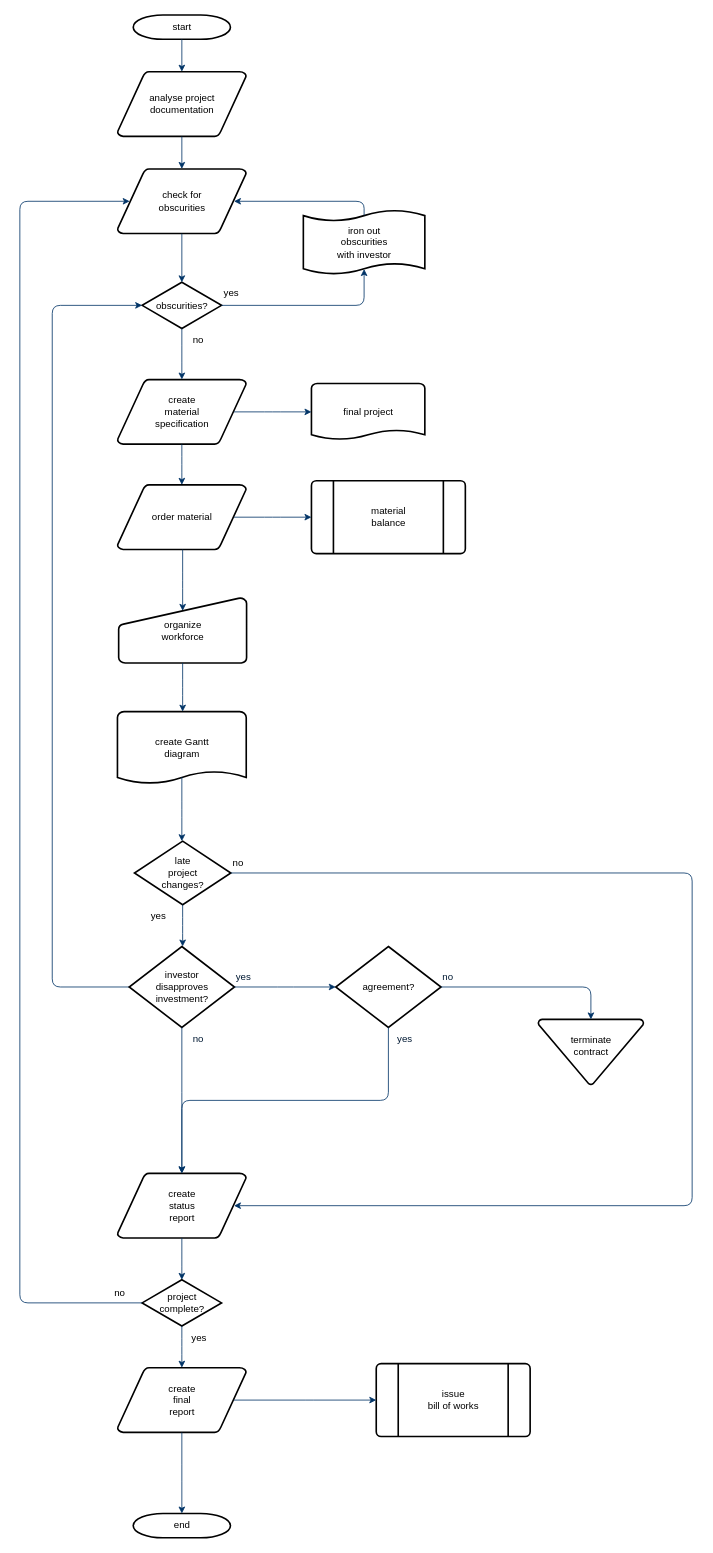
Earlier version of the draw.io diagram demo/手术病理标本流程.drawio (weihuohuayi/draw.io). Source tidied: cells renumbered, new cells numbered last; positions are measured from the earlier drawing's top-left corner, leaving out a move shared by most shapes. Both pictures are drawn from the tidied source at 81%, with x=0, y=0 at pixel (19, 15).
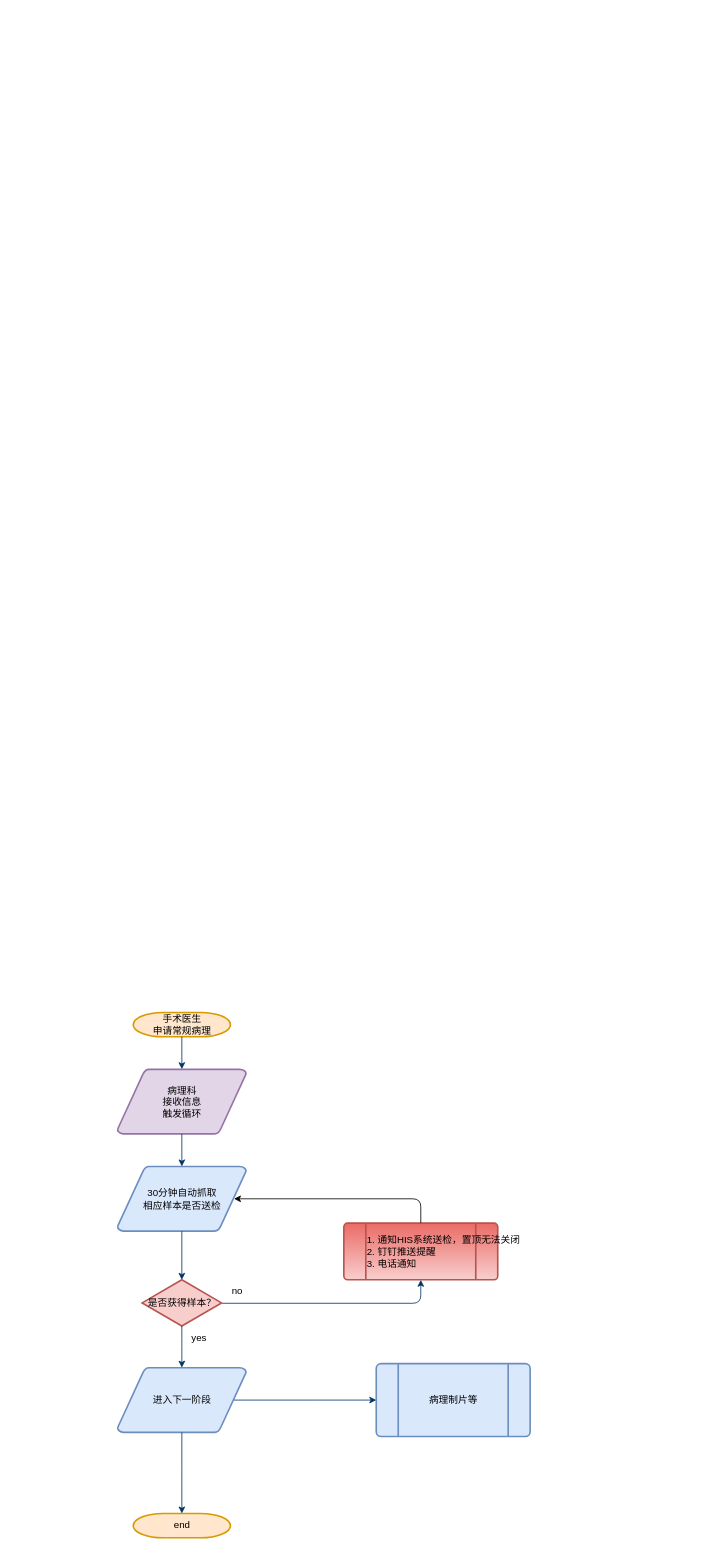
The same diagram, later.

Commit message:
Update 手术病理标本流程.drawio

Change to the diagram source:
```diff
@@
-    <mxCell id="2" value="start" style="shape=mxgraph.flowchart.terminator;strokeWidth=2;gradientColor=none;gradientDirection=north;fontStyle=0;html=1;" parent="1" vertex="1">
-      <mxGeometry x="140" width="120" height="30" as="geometry" />
+    <mxCell id="2" value="手术医生&lt;br&gt;申请常规病理" style="shape=mxgraph.flowchart.terminator;strokeWidth=2;gradientDirection=north;fontStyle=0;html=1;fillColor=#ffe6cc;strokeColor=#d79b00;" parent="1" vertex="1">
+      <mxGeometry x="140" y="1231.5" width="120" height="30" as="geometry" />
     </mxCell>
-    <mxCell id="3" value="analyse project&#10; documentation" style="shape=mxgraph.flowchart.data;strokeWidth=2;gradientColor=none;gradientDirection=north;fontStyle=0;html=1;" parent="1" vertex="1">
-      <mxGeometry x="120.5" y="70" width="159" height="80" as="geometry" />
+    <mxCell id="3" value="病理科&lt;br&gt;接收信息&lt;br&gt;触发循环" style="shape=mxgraph.flowchart.data;strokeWidth=2;gradientDirection=north;fontStyle=0;html=1;fillColor=#e1d5e7;strokeColor=#9673a6;" parent="1" vertex="1">
+      <mxGeometry x="120.5" y="1301.5" width="159" height="80" as="geometry" />
     </mxCell>
-    <mxCell id="4" value="create&#10;material&#10;specification" style="shape=mxgraph.flowchart.data;strokeWidth=2;gradientColor=none;gradientDirection=north;fontStyle=0;html=1;" parent="1" vertex="1">
-      <mxGeometry x="120.5" y="450" width="159" height="80" as="geometry" />
-    </mxCell>
-    <mxCell id="5" value="check for&#10;obscurities" style="shape=mxgraph.flowchart.data;strokeWidth=2;gradientColor=none;gradientDirection=north;fontStyle=0;html=1;" parent="1" vertex="1">
-      <mxGeometry x="120.5" y="190" width="159" height="80" as="geometry" />
+    <mxCell id="5" value="30分钟自动抓取&lt;br&gt;相应样本是否送检" style="shape=mxgraph.flowchart.data;strokeWidth=2;gradientDirection=north;fontStyle=0;html=1;fillColor=#dae8fc;strokeColor=#6c8ebf;" parent="1" vertex="1">
+      <mxGeometry x="120.5" y="1421.5" width="159" height="80" as="geometry" />
     </mxCell>
-    <mxCell id="6" value="obscurities?" style="shape=mxgraph.flowchart.decision;strokeWidth=2;gradientColor=none;gradientDirection=north;fontStyle=0;html=1;" parent="1" vertex="1">
-      <mxGeometry x="151" y="330" width="98" height="57" as="geometry" />
-    </mxCell>
@@
-    <mxCell id="9" style="entryX=0.5;entryY=0;entryPerimeter=0;fontStyle=1;strokeColor=#003366;strokeWidth=1;html=1;" parent="1" edge="1" source="5" target="6">
-      <mxGeometry relative="1" as="geometry" />
+    <mxCell id="9" style="entryX=0.5;entryY=0;entryPerimeter=0;fontStyle=1;strokeColor=#003366;strokeWidth=1;html=1;" parent="1" edge="1" source="5">
+      <mxGeometry relative="1" as="geometry">
+        <mxPoint x="200" y="1561.5" as="targetPoint" />
+      </mxGeometry>
     </mxCell>
-    <mxCell id="10" style="edgeStyle=elbowEdgeStyle;elbow=horizontal;entryX=0.5;entryY=0.91;entryPerimeter=0;exitX=1;exitY=0.5;exitPerimeter=0;fontStyle=1;strokeColor=#003366;strokeWidth=1;html=1;" parent="1" edge="1" source="6" target="51">
-      <mxGeometry x="381" y="28.5" as="geometry">
-        <Array as="points">
-          <mxPoint x="425" y="340" />
-        </Array>
-      </mxGeometry>
-    </mxCell>
-    <mxCell id="11" value="yes" style="text;fontStyle=0;html=1;strokeColor=none;gradientColor=none;fillColor=none;strokeWidth=2;" parent="1" vertex="1">
-      <mxGeometry x="250" y="330" width="40" height="26" as="geometry" />
-    </mxCell>
-    <mxCell id="12" style="edgeStyle=elbowEdgeStyle;elbow=horizontal;fontColor=#001933;fontStyle=1;strokeColor=#003366;strokeWidth=1;html=1;" parent="1" edge="1" source="6" target="4">
-      <mxGeometry as="geometry" />
-    </mxCell>
-    <mxCell id="13" value="order material" style="shape=mxgraph.flowchart.data;strokeWidth=2;gradientColor=none;gradientDirection=north;fontStyle=0;html=1;" parent="1" vertex="1">
-      <mxGeometry x="120.5" y="580" width="159" height="80" as="geometry" />
-    </mxCell>
-    <mxCell id="14" value="no" style="text;fontStyle=0;html=1;strokeColor=none;gradientColor=none;fillColor=none;strokeWidth=2;align=center;" parent="1" vertex="1">
-      <mxGeometry x="200" y="387" width="40" height="26" as="geometry" />
-    </mxCell>
-    <mxCell id="15" value="final project" style="shape=mxgraph.flowchart.document;strokeWidth=2;gradientColor=none;gradientDirection=north;fontStyle=0;html=1;" parent="1" vertex="1">
-      <mxGeometry x="360" y="455" width="140" height="70" as="geometry" />
-    </mxCell>
-    <mxCell id="16" style="edgeStyle=elbowEdgeStyle;elbow=horizontal;exitX=0.905;exitY=0.5;exitPerimeter=0;fontStyle=1;strokeColor=#003366;strokeWidth=1;html=1;" parent="1" edge="1" source="4" target="15">
-      <mxGeometry as="geometry" />
-    </mxCell>
-    <mxCell id="17" style="edgeStyle=elbowEdgeStyle;elbow=horizontal;fontStyle=1;strokeColor=#003366;strokeWidth=1;html=1;" parent="1" edge="1" source="4" target="13">
-      <mxGeometry as="geometry" />
-    </mxCell>
-    <mxCell id="18" value="material&#10;balance" style="shape=mxgraph.flowchart.predefined_process;strokeWidth=2;gradientColor=none;gradientDirection=north;fontStyle=0;html=1;" parent="1" vertex="1">
-      <mxGeometry x="360" y="575" width="190" height="90" as="geometry" />
-    </mxCell>
-    <mxCell id="19" style="edgeStyle=elbowEdgeStyle;elbow=horizontal;exitX=0.905;exitY=0.5;exitPerimeter=0;fontStyle=1;strokeColor=#003366;strokeWidth=1;html=1;" parent="1" edge="1" source="13" target="18">
-      <mxGeometry as="geometry" />
-    </mxCell>
-    <mxCell id="20" value="organize &#10;workforce" style="shape=mxgraph.flowchart.manual_input;strokeWidth=2;gradientColor=none;gradientDirection=north;fontStyle=0;html=1;" parent="1" vertex="1">
-      <mxGeometry x="122" y="720" width="158" height="80" as="geometry" />
-    </mxCell>
-    <mxCell id="21" style="edgeStyle=elbowEdgeStyle;elbow=horizontal;entryX=0.5;entryY=0.195;entryPerimeter=0;fontStyle=1;strokeColor=#003366;strokeWidth=1;html=1;" parent="1" edge="1" source="13" target="20">
-      <mxGeometry as="geometry" />
-    </mxCell>
-    <mxCell id="22" value="create Gantt&#10;diagram" style="shape=mxgraph.flowchart.document;strokeWidth=2;gradientColor=none;gradientDirection=north;fontStyle=0;html=1;" parent="1" vertex="1">
-      <mxGeometry x="120.5" y="860" width="159" height="90" as="geometry" />
-    </mxCell>
-    <mxCell id="23" style="edgeStyle=elbowEdgeStyle;elbow=horizontal;exitX=0.5;exitY=1;exitPerimeter=0;fontStyle=1;strokeColor=#003366;strokeWidth=1;html=1;" parent="1" edge="1" source="20" target="22">
-      <mxGeometry as="geometry" />
-    </mxCell>
-    <mxCell id="24" value="late&#10;project&#10;changes?" style="shape=mxgraph.flowchart.decision;strokeWidth=2;gradientColor=none;gradientDirection=north;fontStyle=0;html=1;" parent="1" vertex="1">
-      <mxGeometry x="141.5" y="1020" width="119" height="78.5" as="geometry" />
-    </mxCell>
-    <mxCell id="25" style="edgeStyle=elbowEdgeStyle;elbow=horizontal;exitX=0.5;exitY=0.9;exitPerimeter=0;fontStyle=1;strokeColor=#003366;strokeWidth=1;html=1;" parent="1" edge="1" source="22" target="24">
-      <mxGeometry as="geometry" />
-    </mxCell>
-    <mxCell id="26" style="edgeStyle=elbowEdgeStyle;elbow=horizontal;exitX=0;exitY=0.5;exitPerimeter=0;entryX=0;entryY=0.5;entryPerimeter=0;fontStyle=1;strokeColor=#003366;strokeWidth=1;html=1;" parent="1" edge="1" source="28" target="6">
-      <mxGeometry as="geometry">
-        <Array as="points">
-          <mxPoint x="40" y="790" />
-        </Array>
-      </mxGeometry>
-    </mxCell>
-    <mxCell id="27" value="yes" style="text;fontStyle=0;html=1;strokeColor=none;gradientColor=none;fillColor=none;strokeWidth=2;" parent="1" vertex="1">
-      <mxGeometry x="160" y="1098.5" width="40" height="26" as="geometry" />
-    </mxCell>
-    <mxCell id="28" value="investor&#10;disapproves&#10; investment?" style="shape=mxgraph.flowchart.decision;strokeWidth=2;gradientColor=none;gradientDirection=north;fontStyle=0;html=1;" parent="1" vertex="1">
-      <mxGeometry x="135" y="1150" width="130" height="100" as="geometry" />
-    </mxCell>
-    <mxCell id="29" value="agreement?" style="shape=mxgraph.flowchart.decision;strokeWidth=2;gradientColor=none;gradientDirection=north;fontStyle=0;html=1;" parent="1" vertex="1">
-      <mxGeometry x="390" y="1150" width="130" height="100" as="geometry" />
-    </mxCell>
-    <mxCell id="30" style="edgeStyle=elbowEdgeStyle;elbow=horizontal;exitX=0.5;exitY=1;exitPerimeter=0;fontStyle=1;strokeColor=#003366;strokeWidth=1;html=1;" parent="1" edge="1" source="24" target="28">
-      <mxGeometry as="geometry" />
-    </mxCell>
-    <mxCell id="31" style="edgeStyle=elbowEdgeStyle;elbow=horizontal;exitX=1;exitY=0.5;exitPerimeter=0;entryX=0;entryY=0.5;entryPerimeter=0;fontStyle=1;strokeColor=#003366;strokeWidth=1;html=1;" parent="1" edge="1" source="28" target="29">
-      <mxGeometry as="geometry" />
-    </mxCell>
-    <mxCell id="32" value="terminate&#10;contract&#10;" style="shape=mxgraph.flowchart.merge_or_storage;strokeWidth=2;gradientColor=none;gradientDirection=north;fontStyle=0;html=1;" parent="1" vertex="1">
-      <mxGeometry x="640" y="1240" width="130" height="80.5" as="geometry" />
-    </mxCell>
-    <mxCell id="33" style="edgeStyle=elbowEdgeStyle;elbow=vertical;exitX=1;exitY=0.5;exitPerimeter=0;entryX=0.5;entryY=0;entryPerimeter=0;fontStyle=1;strokeColor=#003366;strokeWidth=1;html=1;" parent="1" edge="1" source="29" target="32">
-      <mxGeometry as="geometry">
-        <Array as="points">
-          <mxPoint x="620" y="1200" />
-        </Array>
-      </mxGeometry>
-    </mxCell>
-    <mxCell id="34" value="create&#10;status&#10;report" style="shape=mxgraph.flowchart.data;strokeWidth=2;gradientColor=none;gradientDirection=north;fontStyle=0;html=1;" parent="1" vertex="1">
-      <mxGeometry x="120.5" y="1430" width="159" height="80" as="geometry" />
-    </mxCell>
-    <mxCell id="35" style="edgeStyle=elbowEdgeStyle;elbow=vertical;exitX=0.5;exitY=1;exitPerimeter=0;fontColor=#001933;fontStyle=1;strokeColor=#003366;strokeWidth=1;html=1;" parent="1" edge="1" source="28" target="34">
-      <mxGeometry as="geometry" />
-    </mxCell>
-    <mxCell id="36" style="edgeStyle=elbowEdgeStyle;elbow=vertical;exitX=0.5;exitY=1;exitPerimeter=0;entryX=0.5;entryY=0;entryPerimeter=0;fontStyle=1;strokeColor=#003366;strokeWidth=1;html=1;" parent="1" edge="1" source="29" target="34">
-      <mxGeometry as="geometry" />
-    </mxCell>
-    <mxCell id="37" value="project&#10;complete?" style="shape=mxgraph.flowchart.decision;strokeWidth=2;gradientColor=none;gradientDirection=north;fontStyle=0;html=1;" parent="1" vertex="1">
+    <mxCell id="37" value="是否获得样本？" style="shape=mxgraph.flowchart.decision;strokeWidth=2;gradientDirection=north;fontStyle=0;html=1;fillColor=#f8cecc;strokeColor=#b85450;" parent="1" vertex="1">
       <mxGeometry x="151" y="1561.5" width="98" height="57" as="geometry" />
     </mxCell>
-    <mxCell id="38" value="create&#10;final&#10;report" style="shape=mxgraph.flowchart.data;strokeWidth=2;gradientColor=none;gradientDirection=north;fontStyle=0;html=1;" parent="1" vertex="1">
+    <mxCell id="38" value="进入下一阶段" style="shape=mxgraph.flowchart.data;strokeWidth=2;gradientDirection=north;fontStyle=0;html=1;fillColor=#dae8fc;strokeColor=#6c8ebf;" parent="1" vertex="1">
       <mxGeometry x="120.5" y="1670" width="159" height="80" as="geometry" />
     </mxCell>
-    <mxCell id="39" value="issue&#10;bill of works" style="shape=mxgraph.flowchart.predefined_process;strokeWidth=2;gradientColor=none;gradientDirection=north;fontStyle=0;html=1;" parent="1" vertex="1">
+    <mxCell id="39" value="病理制片等" style="shape=mxgraph.flowchart.predefined_process;strokeWidth=2;gradientDirection=north;fontStyle=0;html=1;fillColor=#dae8fc;strokeColor=#6c8ebf;" parent="1" vertex="1">
       <mxGeometry x="440" y="1665" width="190" height="90" as="geometry" />
     </mxCell>
-    <mxCell id="40" value="end" style="shape=mxgraph.flowchart.terminator;strokeWidth=2;gradientColor=none;gradientDirection=north;fontStyle=0;html=1;" parent="1" vertex="1">
+    <mxCell id="40" value="end" style="shape=mxgraph.flowchart.terminator;strokeWidth=2;gradientDirection=north;fontStyle=0;html=1;fillColor=#ffe6cc;strokeColor=#d79b00;" parent="1" vertex="1">
       <mxGeometry x="140" y="1850" width="120" height="30" as="geometry" />
     </mxCell>
-    <mxCell id="41" style="edgeStyle=elbowEdgeStyle;elbow=vertical;exitX=0.5;exitY=1;exitPerimeter=0;entryX=0.5;entryY=0;entryPerimeter=0;fontStyle=1;strokeColor=#003366;strokeWidth=1;html=1;" parent="1" edge="1" source="34" target="37">
-      <mxGeometry as="geometry" />
-    </mxCell>
     <mxCell id="42" style="edgeStyle=elbowEdgeStyle;elbow=vertical;exitX=0.5;exitY=1;exitPerimeter=0;entryX=0.5;entryY=0;entryPerimeter=0;fontStyle=1;strokeColor=#003366;strokeWidth=1;html=1;" parent="1" edge="1" source="37" target="38">
-      <mxGeometry as="geometry" />
+      <mxGeometry y="-1231.5" as="geometry" />
     </mxCell>
     <mxCell id="43" style="edgeStyle=elbowEdgeStyle;elbow=vertical;exitX=0.5;exitY=1;exitPerimeter=0;entryX=0.5;entryY=0;entryPerimeter=0;fontStyle=1;strokeColor=#003366;strokeWidth=1;html=1;" parent="1" edge="1" source="38" target="40">
-      <mxGeometry as="geometry" />
+      <mxGeometry y="-1231.5" as="geometry" />
     </mxCell>
     <mxCell id="44" style="edgeStyle=elbowEdgeStyle;elbow=vertical;exitX=0.905;exitY=0.5;exitPerimeter=0;entryX=0;entryY=0.5;entryPerimeter=0;fontStyle=1;strokeColor=#003366;strokeWidth=1;html=1;" parent="1" edge="1" source="38" target="39">
-      <mxGeometry as="geometry" />
+      <mxGeometry y="-1231.5" as="geometry" />
     </mxCell>
-    <mxCell id="45" style="edgeStyle=elbowEdgeStyle;elbow=horizontal;exitX=1;exitY=0.5;exitPerimeter=0;entryX=0.905;entryY=0.5;entryPerimeter=0;fontStyle=1;strokeColor=#003366;strokeWidth=1;html=1;" parent="1" edge="1" source="24" target="34">
-      <mxGeometry as="geometry">
-        <Array as="points">
-          <mxPoint x="830" y="1260" />
-        </Array>
-      </mxGeometry>
-    </mxCell>
-    <mxCell id="46" value="no" style="text;fontStyle=0;html=1;strokeColor=none;gradientColor=none;fillColor=none;strokeWidth=2;" parent="1" vertex="1">
-      <mxGeometry x="260.5" y="1033.2" width="40" height="26" as="geometry" />
-    </mxCell>
-    <mxCell id="47" value="yes" style="text;fontColor=#001933;fontStyle=0;html=1;strokeColor=none;gradientColor=none;fillColor=none;strokeWidth=2;" parent="1" vertex="1">
-      <mxGeometry x="265" y="1174" width="40" height="26" as="geometry" />
-    </mxCell>
-    <mxCell id="48" value="no" style="text;fontColor=#001933;fontStyle=0;html=1;strokeColor=none;gradientColor=none;fillColor=none;strokeWidth=2;align=center;" parent="1" vertex="1">
-      <mxGeometry x="200" y="1250" width="40" height="26" as="geometry" />
-    </mxCell>
-    <mxCell id="49" value="yes" style="text;fontColor=#001933;fontStyle=0;html=1;strokeColor=none;gradientColor=none;fillColor=none;strokeWidth=2;align=center;" parent="1" vertex="1">
-      <mxGeometry x="455" y="1250" width="40" height="26" as="geometry" />
-    </mxCell>
-    <mxCell id="50" value="no" style="text;fontColor=#001933;fontStyle=0;html=1;strokeColor=none;gradientColor=none;fillColor=none;strokeWidth=2;" parent="1" vertex="1">
-      <mxGeometry x="520" y="1174" width="40" height="26" as="geometry" />
-    </mxCell>
-    <mxCell id="51" value="iron out&#10;obscurities &#10;with investor" style="shape=mxgraph.flowchart.paper_tape;strokeWidth=2;gradientColor=none;gradientDirection=north;fontStyle=0;html=1;" parent="1" vertex="1">
-      <mxGeometry x="350" y="240" width="150" height="81" as="geometry" />
-    </mxCell>
-    <mxCell id="52" style="edgeStyle=elbowEdgeStyle;elbow=horizontal;exitX=0.5;exitY=0.09;exitPerimeter=0;entryX=0.905;entryY=0.5;entryPerimeter=0;fontStyle=1;strokeColor=#003366;strokeWidth=1;html=1;" parent="1" edge="1" source="51" target="5">
-      <mxGeometry as="geometry">
-        <Array as="points">
-          <mxPoint x="425" y="240" />
-        </Array>
-      </mxGeometry>
-    </mxCell>
@@
-    <mxCell id="54" style="edgeStyle=elbowEdgeStyle;elbow=horizontal;exitX=0;exitY=0.5;exitPerimeter=0;entryX=0.095;entryY=0.5;entryPerimeter=0;fontStyle=1;strokeColor=#003366;strokeWidth=1;html=1;" parent="1" edge="1" source="37" target="5">
+    <mxCell id="54" style="edgeStyle=elbowEdgeStyle;elbow=horizontal;fontStyle=1;strokeColor=#003366;strokeWidth=1;html=1;entryX=0.5;entryY=1;entryDx=0;entryDy=0;entryPerimeter=0;" parent="1" edge="1" target="56">
       <mxGeometry as="geometry">
+        <mxPoint x="250" y="1590.5" as="sourcePoint" />
         <Array as="points">
-          <mxPoint y="910" />
+          <mxPoint x="495" y="1581.5" />
         </Array>
       </mxGeometry>
     </mxCell>
     <mxCell id="55" value="no" style="text;fontStyle=0;html=1;strokeColor=none;gradientColor=none;fillColor=none;strokeWidth=2;" parent="1" vertex="1">
-      <mxGeometry x="115" y="1564" width="40" height="26" as="geometry" />
+      <mxGeometry x="260" y="1561.5" width="40" height="26" as="geometry" />
     </mxCell>
+    <mxCell id="56" value="&lt;ol&gt;&lt;li&gt;&lt;span&gt;通知HIS系统送检，置顶无法关闭&lt;/span&gt;&lt;br&gt;&lt;/li&gt;&lt;li&gt;钉钉推送提醒&lt;/li&gt;&lt;li&gt;电话通知&lt;/li&gt;&lt;/ol&gt;" style="shape=mxgraph.flowchart.predefined_process;strokeWidth=2;gradientDirection=north;fontStyle=0;html=1;fillColor=#f8cecc;strokeColor=#b85450;gradientColor=#ea6b66;align=left;" parent="1" vertex="1">
+      <mxGeometry x="400" y="1491.5" width="190" height="70" as="geometry" />
+    </mxCell>
+    <mxCell id="57" style="endArrow=classic;html=1;rounded=1;entryX=0.905;entryY=0.5;entryDx=0;entryDy=0;entryPerimeter=0;exitX=0.5;exitY=0;exitDx=0;exitDy=0;exitPerimeter=0;" parent="1" edge="1" source="56" target="5">
+      <mxGeometry relative="1" as="geometry">
+        <Array as="points">
+          <mxPoint x="495" y="1461.5" />
+        </Array>
+      </mxGeometry>
+    </mxCell>
```
